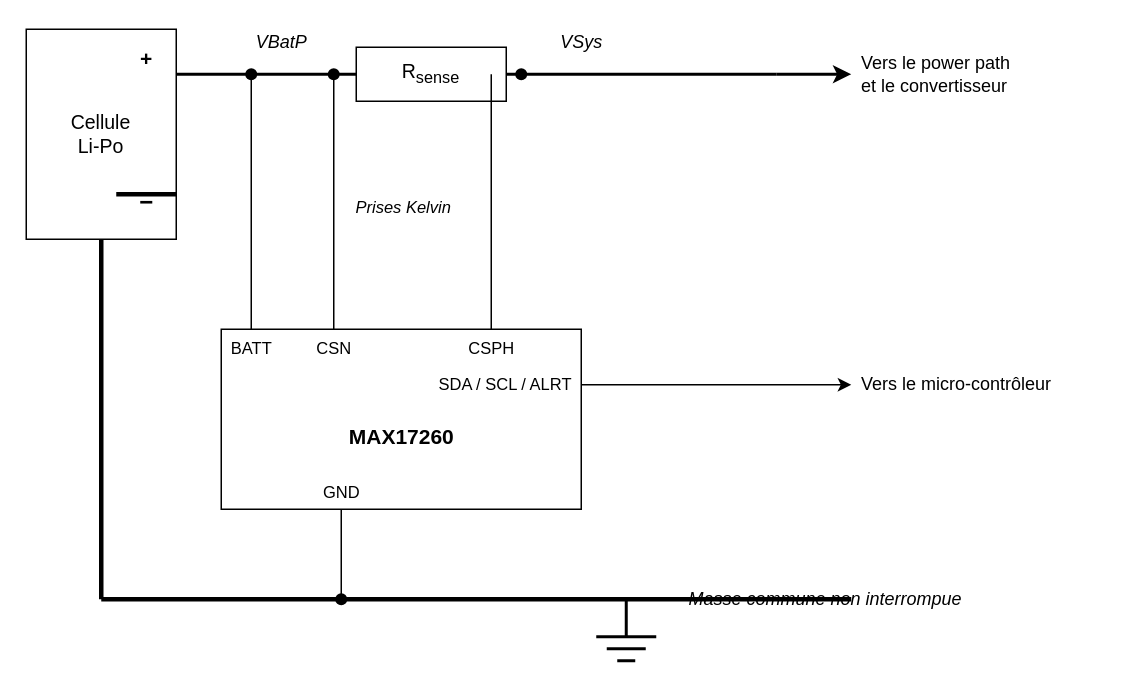
dossantosyann/TB2026-YDS-Report keeps this draw.io diagram as assets/figures/mesure_courant.drawio. Above is the earlier version. Source tidied: cells renumbered, new cells numbered last; positions are measured from the earlier drawing's top-left corner, leaving out a move shared by most shapes. Both pictures are drawn from the tidied source at 150%, with x=0, y=0 at pixel (26, 26).
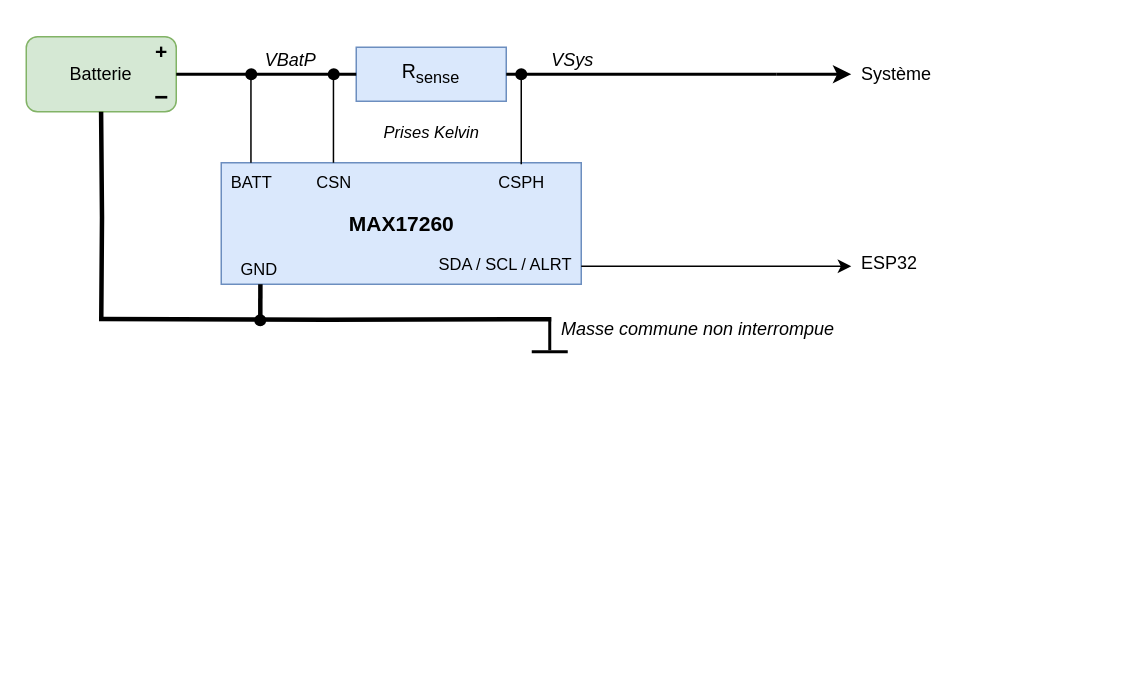
After the change.

Commit message:
Mettre à jour mesure_courant.drawio

What changed in the source:
```diff
@@
-    <mxCell id="2" value="Cellule&#10;Li-Po" style="rounded=0;whiteSpace=wrap;html=1;fontSize=13;fontFamily=Helvetica;verticalAlign=middle;" parent="1" vertex="1">
-      <mxGeometry y="2" width="100" height="140" as="geometry" />
+    <mxCell id="2" value="Batterie" style="rounded=1;whiteSpace=wrap;html=1;fontSize=12;fontFamily=Helvetica;verticalAlign=middle;fillColor=#d5e8d4;strokeColor=#82b366;perimeterSpacing=3;align=center;fontColor=default;" parent="1" vertex="1">
+      <mxGeometry y="7" width="100" height="50" as="geometry" />
     </mxCell>
     <mxCell id="3" value="+" style="text;html=1;align=center;verticalAlign=middle;fontSize=14;fontStyle=1;" parent="1" vertex="1">
-      <mxGeometry x="70" y="12" width="20" height="20" as="geometry" />
+      <mxGeometry x="80" y="7" width="20" height="20" as="geometry" />
     </mxCell>
     <mxCell id="4" value="−" style="text;html=1;align=center;verticalAlign=middle;fontSize=16;fontStyle=1;" parent="1" vertex="1">
-      <mxGeometry x="70" y="107" width="20" height="20" as="geometry" />
+      <mxGeometry x="80" y="37" width="20" height="20" as="geometry" />
     </mxCell>
-    <mxCell id="5" value="R&lt;sub&gt;sense&lt;/sub&gt;" style="rounded=0;whiteSpace=wrap;html=1;fontSize=13;fontFamily=Helvetica;" parent="1" vertex="1">
+    <mxCell id="5" value="R&lt;sub&gt;sense&lt;/sub&gt;" style="rounded=0;whiteSpace=wrap;html=1;fontSize=13;fontFamily=Helvetica;fillColor=#dae8fc;strokeColor=#6c8ebf;" parent="1" vertex="1">
       <mxGeometry x="220" y="14" width="100" height="36" as="geometry" />
     </mxCell>
@@
-    <mxCell id="9" value="Vers le power path&#10;et le convertisseur" style="text;html=1;align=left;verticalAlign=middle;fontSize=12;fontFamily=Helvetica;" parent="1" vertex="1">
+    <mxCell id="9" value="Système" style="text;html=1;align=left;verticalAlign=middle;fontSize=12;fontFamily=Helvetica;" parent="1" vertex="1">
       <mxGeometry x="555" y="12" width="160" height="40" as="geometry" />
     </mxCell>
     <mxCell id="10" value="VBatP" style="text;html=1;align=center;verticalAlign=bottom;fontSize=12;fontFamily=Helvetica;fontStyle=2;" parent="1" vertex="1">
-      <mxGeometry x="140" width="60" height="20" as="geometry" />
+      <mxGeometry x="146" y="12" width="60" height="20" as="geometry" />
     </mxCell>
     <mxCell id="11" value="VSys" style="text;html=1;align=center;verticalAlign=bottom;fontSize=12;fontFamily=Helvetica;fontStyle=2;" parent="1" vertex="1">
-      <mxGeometry x="340" width="60" height="20" as="geometry" />
+      <mxGeometry x="334" y="12" width="60" height="20" as="geometry" />
     </mxCell>
-    <mxCell id="12" style="rounded=0;whiteSpace=wrap;html=1;fontSize=13;fontFamily=Helvetica;verticalAlign=bottom;" parent="1" vertex="1">
-      <mxGeometry x="130" y="202" width="240" height="120" as="geometry" />
+    <mxCell id="12" style="rounded=0;whiteSpace=wrap;html=1;fontSize=13;fontFamily=Helvetica;verticalAlign=bottom;fillColor=#dae8fc;strokeColor=#6c8ebf;" parent="1" vertex="1">
+      <mxGeometry x="130" y="91" width="240" height="81" as="geometry" />
     </mxCell>
     <mxCell id="13" value="MAX17260" style="text;html=1;align=center;verticalAlign=middle;fontSize=14;fontFamily=Helvetica;fontStyle=1;" parent="1" vertex="1">
-      <mxGeometry x="170" y="262" width="160" height="24" as="geometry" />
+      <mxGeometry x="170" y="119.5" width="160" height="24" as="geometry" />
     </mxCell>
     <mxCell id="14" value="BATT" style="text;html=1;align=center;verticalAlign=middle;fontSize=11;fontFamily=Helvetica;" parent="1" vertex="1">
-      <mxGeometry x="125" y="206" width="50" height="18" as="geometry" />
+      <mxGeometry x="125" y="95" width="50" height="18" as="geometry" />
     </mxCell>
     <mxCell id="15" value="CSN" style="text;html=1;align=center;verticalAlign=middle;fontSize=11;fontFamily=Helvetica;" parent="1" vertex="1">
-      <mxGeometry x="180" y="206" width="50" height="18" as="geometry" />
+      <mxGeometry x="180" y="95" width="50" height="18" as="geometry" />
     </mxCell>
     <mxCell id="16" value="CSPH" style="text;html=1;align=center;verticalAlign=middle;fontSize=11;fontFamily=Helvetica;" parent="1" vertex="1">
-      <mxGeometry x="285" y="206" width="50" height="18" as="geometry" />
+      <mxGeometry x="305" y="95" width="50" height="18" as="geometry" />
     </mxCell>
     <mxCell id="17" value="GND" style="text;html=1;align=center;verticalAlign=middle;fontSize=11;fontFamily=Helvetica;" parent="1" vertex="1">
-      <mxGeometry x="185" y="302" width="50" height="18" as="geometry" />
+      <mxGeometry x="130" y="153" width="50" height="18" as="geometry" />
     </mxCell>
     <mxCell id="18" value="SDA / SCL / ALRT" style="text;html=1;align=right;verticalAlign=middle;fontSize=11;fontFamily=Helvetica;" parent="1" vertex="1">
-      <mxGeometry x="240" y="230" width="125" height="18" as="geometry" />
+      <mxGeometry x="240" y="150" width="125" height="18" as="geometry" />
     </mxCell>
-    <mxCell id="19" style="edgeStyle=orthogonalEdgeStyle;html=1;rounded=0;endArrow=none;strokeWidth=1;" parent="1" edge="1">
-      <mxGeometry relative="1" as="geometry">
-        <mxPoint x="150" y="32" as="sourcePoint" />
-        <mxPoint x="150" y="202" as="targetPoint" />
-      </mxGeometry>
-    </mxCell>
-    <mxCell id="20" style="edgeStyle=orthogonalEdgeStyle;html=1;rounded=0;endArrow=none;strokeWidth=1;" parent="1" edge="1">
-      <mxGeometry relative="1" as="geometry">
-        <mxPoint x="205" y="32" as="sourcePoint" />
-        <mxPoint x="205" y="202" as="targetPoint" />
-      </mxGeometry>
-    </mxCell>
-    <mxCell id="21" style="edgeStyle=orthogonalEdgeStyle;html=1;rounded=0;endArrow=none;strokeWidth=1;" parent="1" edge="1">
-      <mxGeometry relative="1" as="geometry">
-        <mxPoint x="310" y="32" as="sourcePoint" />
-        <mxPoint x="310" y="202" as="targetPoint" />
-      </mxGeometry>
-    </mxCell>
@@
-    <mxCell id="25" value="Prises Kelvin" style="text;html=1;align=left;verticalAlign=middle;fontSize=11;fontFamily=Helvetica;fontStyle=2;" parent="1" vertex="1">
-      <mxGeometry x="218" y="112" width="90" height="18" as="geometry" />
+    <mxCell id="25" value="Prises Kelvin" style="text;html=1;align=center;verticalAlign=middle;fontSize=11;fontFamily=Helvetica;fontStyle=2;" parent="1" vertex="1">
+      <mxGeometry x="225" y="62" width="90" height="18" as="geometry" />
     </mxCell>
-    <mxCell id="26" style="edgeStyle=orthogonalEdgeStyle;html=1;rounded=0;endArrow=none;strokeWidth=3;" parent="1" edge="1">
-      <mxGeometry relative="1" as="geometry">
-        <mxPoint x="100" y="112" as="sourcePoint" />
-        <mxPoint x="60" y="112" as="targetPoint" />
-        <Array as="points">
-          <mxPoint x="60" y="112" />
-        </Array>
-      </mxGeometry>
-    </mxCell>
-    <mxCell id="27" style="edgeStyle=orthogonalEdgeStyle;html=1;rounded=0;endArrow=none;strokeWidth=3;" parent="1" edge="1">
-      <mxGeometry relative="1" as="geometry">
-        <mxPoint x="50" y="142" as="sourcePoint" />
-        <mxPoint x="50" y="382" as="targetPoint" />
-        <Array as="points">
-          <mxPoint x="50" y="382" />
-        </Array>
-      </mxGeometry>
-    </mxCell>
     <mxCell id="28" style="edgeStyle=orthogonalEdgeStyle;html=1;rounded=0;endArrow=none;strokeWidth=3;" parent="1" edge="1">
       <mxGeometry relative="1" as="geometry">
-        <mxPoint x="50" y="382" as="sourcePoint" />
-        <mxPoint x="550" y="382" as="targetPoint" />
+        <mxPoint x="48.5" y="195.2" as="sourcePoint" />
+        <mxPoint x="350" y="195.3" as="targetPoint" />
       </mxGeometry>
     </mxCell>
-    <mxCell id="29" style="edgeStyle=orthogonalEdgeStyle;html=1;rounded=0;endArrow=none;strokeWidth=1;" parent="1" edge="1">
-      <mxGeometry relative="1" as="geometry">
-        <mxPoint x="210" y="322" as="sourcePoint" />
-        <mxPoint x="210" y="382" as="targetPoint" />
-      </mxGeometry>
-    </mxCell>
     <mxCell id="30" style="ellipse;html=1;fillColor=#000000;strokeColor=none;" parent="1" vertex="1">
-      <mxGeometry x="206" y="378" width="8" height="8" as="geometry" />
+      <mxGeometry x="152" y="192" width="8" height="8" as="geometry" />
     </mxCell>
     <mxCell id="31" style="endArrow=none;html=1;strokeWidth=2;" parent="1" edge="1">
       <mxGeometry relative="1" as="geometry">
-        <mxPoint x="400" y="382" as="sourcePoint" />
-        <mxPoint x="400" y="407" as="targetPoint" />
+        <mxPoint x="349" y="194" as="sourcePoint" />
+        <mxPoint x="349" y="216" as="targetPoint" />
       </mxGeometry>
     </mxCell>
     <mxCell id="32" style="endArrow=none;html=1;strokeWidth=2;" parent="1" edge="1">
       <mxGeometry relative="1" as="geometry">
-        <mxPoint x="380" y="407" as="sourcePoint" />
-        <mxPoint x="420" y="407" as="targetPoint" />
+        <mxPoint x="337" y="217" as="sourcePoint" />
+        <mxPoint x="361" y="217" as="targetPoint" />
       </mxGeometry>
     </mxCell>
-    <mxCell id="33" style="endArrow=none;html=1;strokeWidth=2;" parent="1" edge="1">
-      <mxGeometry relative="1" as="geometry">
-        <mxPoint x="387" y="415" as="sourcePoint" />
-        <mxPoint x="413" y="415" as="targetPoint" />
-      </mxGeometry>
-    </mxCell>
-    <mxCell id="34" style="endArrow=none;html=1;strokeWidth=2;" parent="1" edge="1">
-      <mxGeometry relative="1" as="geometry">
-        <mxPoint x="394" y="423" as="sourcePoint" />
-        <mxPoint x="406" y="423" as="targetPoint" />
-      </mxGeometry>
-    </mxCell>
     <mxCell id="35" value="Masse commune non interrompue" style="text;html=1;align=left;verticalAlign=middle;fontSize=12;fontFamily=Helvetica;fontStyle=2;" parent="1" vertex="1">
-      <mxGeometry x="440" y="372" width="230" height="20" as="geometry" />
+      <mxGeometry x="355" y="192" width="230" height="20" as="geometry" />
     </mxCell>
     <mxCell id="36" style="edgeStyle=orthogonalEdgeStyle;html=1;rounded=0;endArrow=classic;strokeWidth=1;" parent="1" edge="1">
       <mxGeometry relative="1" as="geometry">
-        <mxPoint x="370" y="239" as="sourcePoint" />
-        <mxPoint x="550" y="239" as="targetPoint" />
+        <mxPoint x="370" y="160" as="sourcePoint" />
+        <mxPoint x="550" y="160" as="targetPoint" />
       </mxGeometry>
     </mxCell>
-    <mxCell id="37" value="Vers le micro-contrôleur" style="text;html=1;align=left;verticalAlign=middle;fontSize=12;fontFamily=Helvetica;" parent="1" vertex="1">
-      <mxGeometry x="555" y="229" width="170" height="20" as="geometry" />
+    <mxCell id="37" value="ESP32" style="text;html=1;align=left;verticalAlign=middle;fontSize=12;fontFamily=Helvetica;" parent="1" vertex="1">
+      <mxGeometry x="555" y="148" width="170" height="20" as="geometry" />
     </mxCell>
+    <mxCell id="38" style="edgeStyle=orthogonalEdgeStyle;html=1;rounded=0;endArrow=none;strokeWidth=1;" parent="1" edge="1">
+      <mxGeometry relative="1" as="geometry">
+        <mxPoint x="204.8" y="31" as="sourcePoint" />
+        <mxPoint x="204.8" y="91" as="targetPoint" />
+      </mxGeometry>
+    </mxCell>
+    <mxCell id="39" style="edgeStyle=orthogonalEdgeStyle;html=1;rounded=0;endArrow=none;strokeWidth=1;" parent="1" edge="1">
+      <mxGeometry relative="1" as="geometry">
+        <mxPoint x="330" y="32" as="sourcePoint" />
+        <mxPoint x="330" y="92" as="targetPoint" />
+      </mxGeometry>
+    </mxCell>
+    <mxCell id="40" style="edgeStyle=orthogonalEdgeStyle;html=1;rounded=0;endArrow=none;strokeWidth=1;" parent="1" edge="1">
+      <mxGeometry relative="1" as="geometry">
+        <mxPoint x="149.8" y="31" as="sourcePoint" />
+        <mxPoint x="149.8" y="91" as="targetPoint" />
+      </mxGeometry>
+    </mxCell>
+    <mxCell id="41" style="endArrow=none;html=1;rounded=0;strokeWidth=3;" parent="1" edge="1">
+      <mxGeometry relative="1" as="geometry">
+        <mxPoint x="156" y="199.4" as="sourcePoint" />
+        <mxPoint x="156.1" y="172" as="targetPoint" />
+      </mxGeometry>
+    </mxCell>
+    <mxCell id="42" style="edgeStyle=orthogonalEdgeStyle;html=1;rounded=0;endArrow=none;strokeWidth=3;" parent="1" edge="1">
+      <mxGeometry relative="1" as="geometry">
+        <mxPoint x="50" y="196.5" as="sourcePoint" />
+        <mxPoint x="49.9" y="57" as="targetPoint" />
+      </mxGeometry>
+    </mxCell>
```
